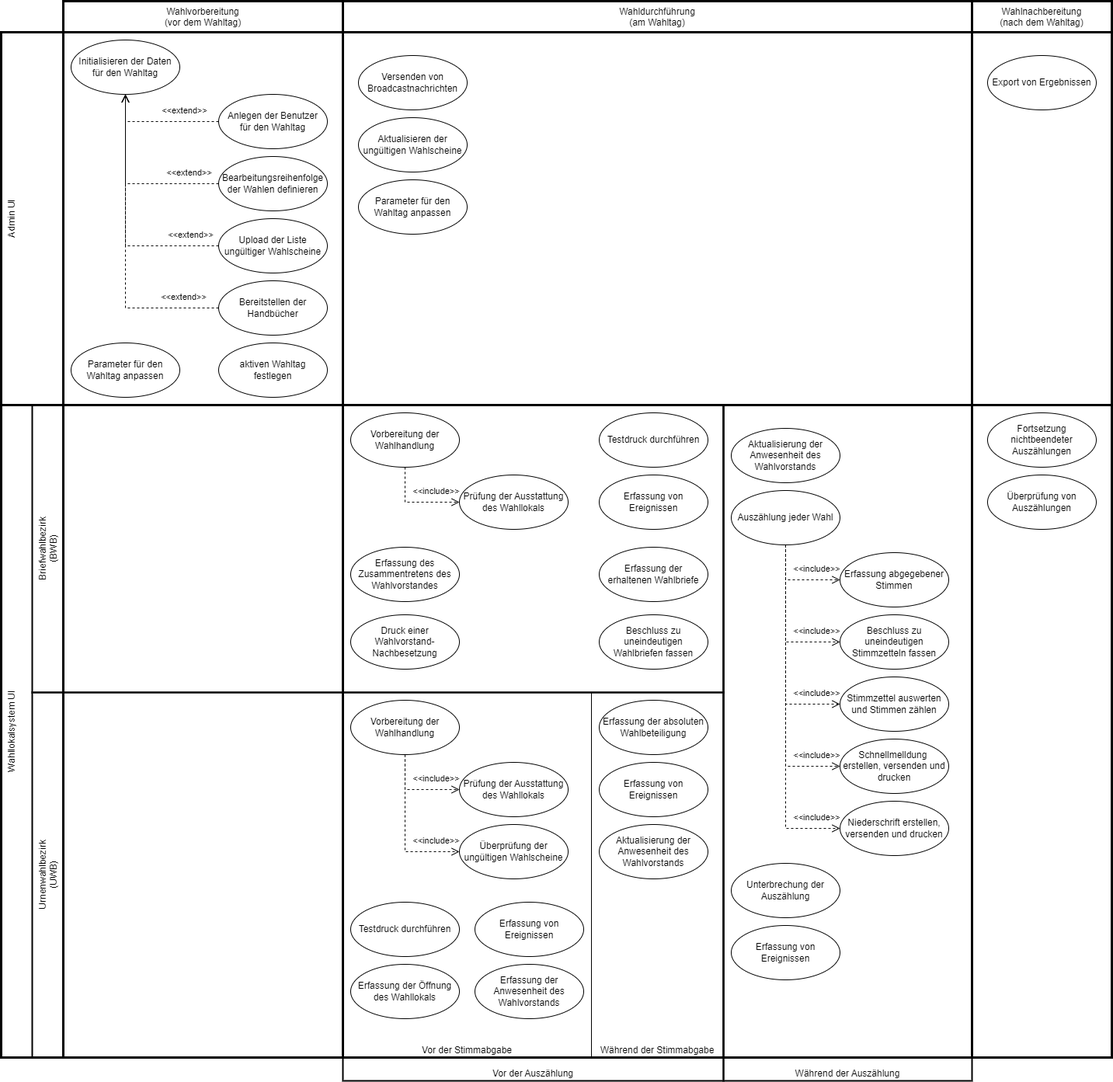
Earlier version of the draw.io export docs/src/public/relationshipOfUIsToElectionProcess.drawio.png (it-at-m/Wahllokalsystem). Source tidied: cells renumbered, new cells last; positions are measured from the earlier drawing's top-left corner, leaving out a move shared by most shapes.
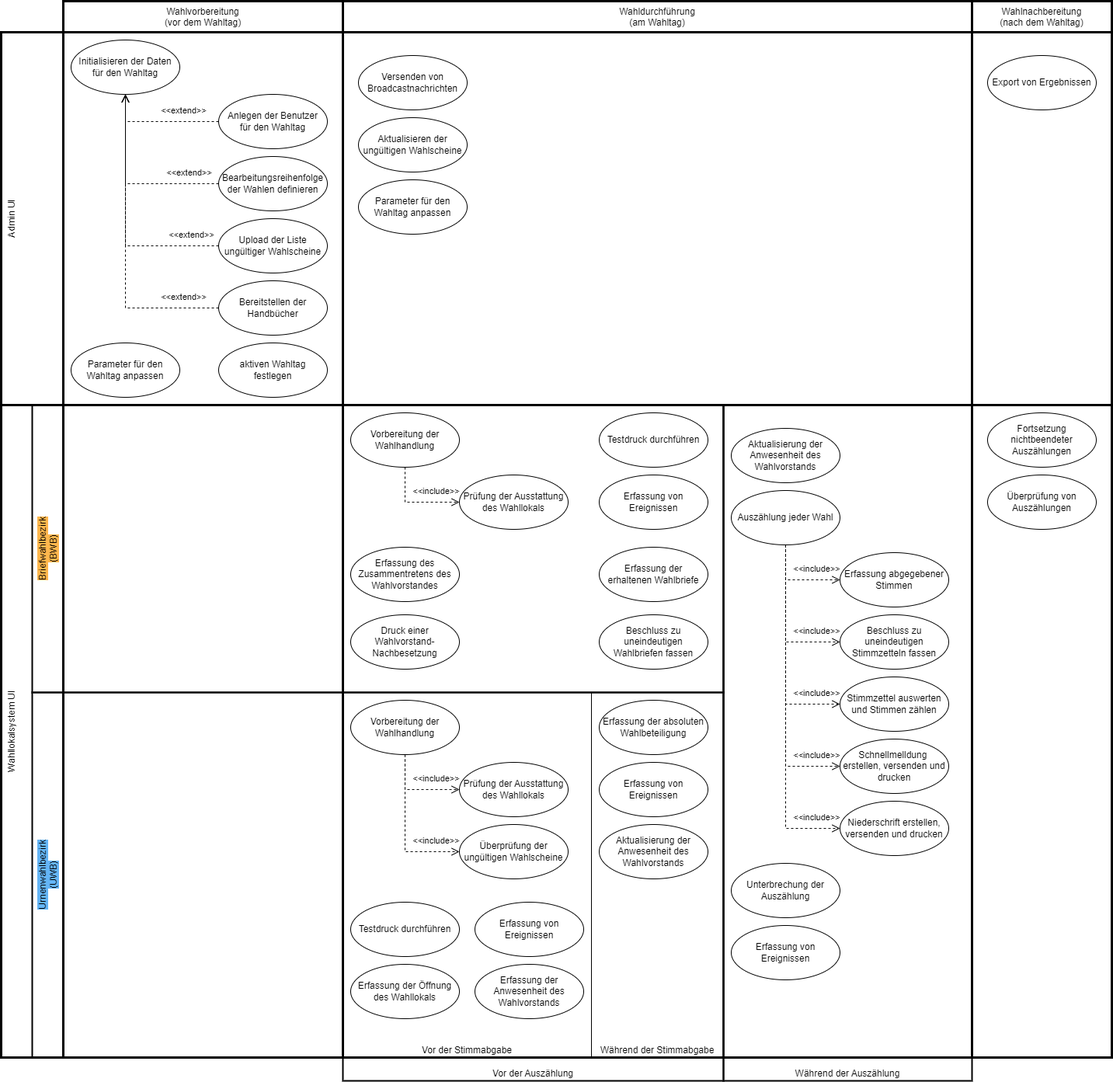
The same diagram one commit later.

Commit message:
update image to match uwb bwb colors

Change to the diagram source:
```diff
@@ -14,10 +14,10 @@
     <mxCell id="5" value="&lt;span class=&quot;nodeLabel&quot;&gt;Wahllokalsystem UI&lt;/span&gt;" style="rounded=0;whiteSpace=wrap;html=1;labelPosition=center;verticalLabelPosition=middle;align=center;verticalAlign=top;horizontal=0;fillColor=none;strokeWidth=3;" parent="1" vertex="1">
       <mxGeometry y="520" width="1430" height="840" as="geometry" />
     </mxCell>
-    <mxCell id="6" value="Briefwahlbezirk&lt;br&gt;(BWB)" style="rounded=0;whiteSpace=wrap;html=1;labelPosition=center;verticalLabelPosition=middle;align=center;verticalAlign=top;horizontal=0;fillColor=none;strokeWidth=2;" parent="1" vertex="1">
+    <mxCell id="6" value="&lt;span style=&quot;background-color: light-dark(rgb(255, 183, 77), rgb(237, 237, 237));&quot;&gt;Briefwahlbezirk&lt;br&gt;(BWB)&lt;/span&gt;" style="rounded=0;whiteSpace=wrap;html=1;labelPosition=center;verticalLabelPosition=middle;align=center;verticalAlign=top;horizontal=0;fillColor=none;strokeWidth=2;" parent="1" vertex="1">
       <mxGeometry x="40" y="520" width="890" height="370" as="geometry" />
     </mxCell>
-    <mxCell id="7" value="Urnenwahlbezirk&lt;br&gt;(UWB)" style="rounded=0;whiteSpace=wrap;html=1;labelPosition=center;verticalLabelPosition=middle;align=center;verticalAlign=top;horizontal=0;fillColor=none;strokeWidth=2;" parent="1" vertex="1">
+    <mxCell id="7" value="&lt;span style=&quot;background-color: rgb(100, 181, 246);&quot;&gt;Urnenwahlbezirk&lt;br&gt;(UWB)&lt;/span&gt;" style="rounded=0;whiteSpace=wrap;html=1;labelPosition=center;verticalLabelPosition=middle;align=center;verticalAlign=top;horizontal=0;fillColor=none;strokeWidth=2;" parent="1" vertex="1">
       <mxGeometry x="40" y="890" width="890" height="470" as="geometry" />
     </mxCell>
     <mxCell id="8" value="Vor der Auszählung" style="rounded=0;whiteSpace=wrap;html=1;labelPosition=center;verticalLabelPosition=middle;align=center;verticalAlign=bottom;horizontal=1;fillColor=none;strokeWidth=2;" parent="1" vertex="1">
```
